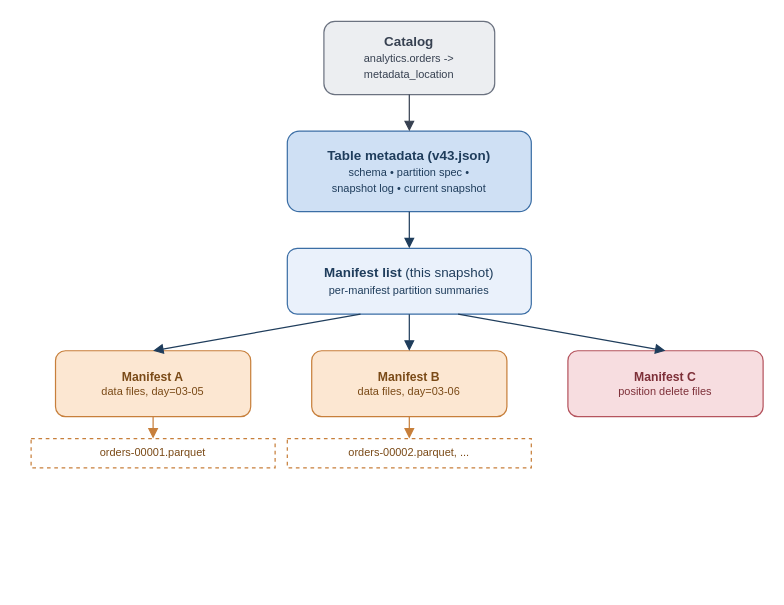
The draw.io diagram book/figures/iceberg-metadata-tree.drawio in AlanPhan04/spark-101-to-pro, before the edit. Source tidied: cells renumbered, new cells numbered last; positions are measured from the earlier drawing's top-left corner, leaving out a move shared by most shapes. Both pictures are drawn from the tidied source at 122%, with x=0, y=0 at pixel (30, 21).
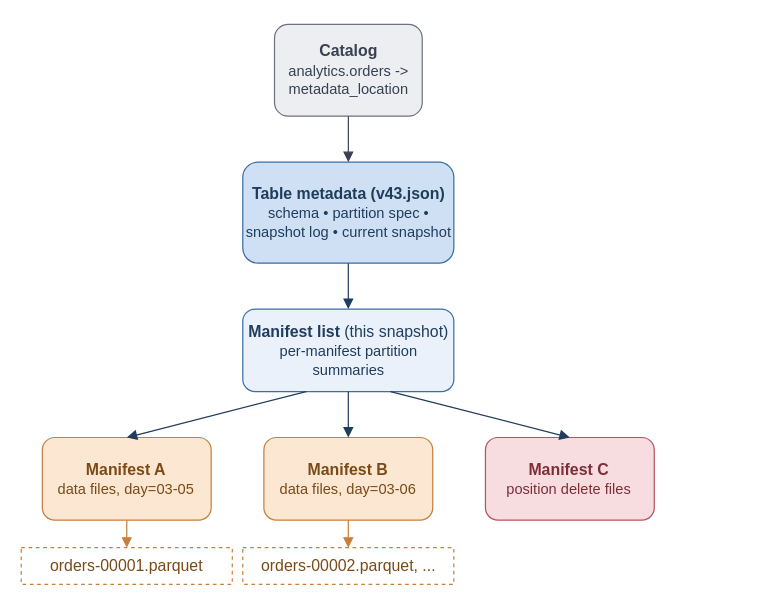
Above is the later version.

What changed in the source:
```diff
@@
 <mxGraphModel>
   <root>
     <mxCell id="0" />
     <mxCell id="1" parent="0" />
-    <mxCell id="2" value="&lt;b&gt;Catalog&lt;/b&gt;&lt;br&gt;&lt;span style=&quot;font-size:9px&quot;&gt;analytics.orders -&amp;gt;&lt;br&gt;metadata_location&lt;/span&gt;" style="rounded=1;whiteSpace=wrap;html=1;fillColor=#eceef1;strokeColor=#6b7280;fontSize=11;fontColor=#374151;" parent="1" vertex="1">
-      <mxGeometry x="240" width="140" height="60" as="geometry" />
+    <mxCell id="2" value="&lt;b&gt;Catalog&lt;/b&gt;&lt;br&gt;&lt;span style=&quot;font-size:12px&quot;&gt;analytics.orders -&amp;gt;&lt;br&gt;metadata_location&lt;/span&gt;" style="rounded=1;whiteSpace=wrap;html=1;fillColor=#eceef1;strokeColor=#6b7280;fontSize=13;fontColor=#374151;" parent="1" vertex="1">
+      <mxGeometry x="199.5" y="2.5" width="121.1" height="75.2" as="geometry" />
     </mxCell>
-    <mxCell id="3" value="&lt;b&gt;Table metadata (v43.json)&lt;/b&gt;&lt;br&gt;&lt;span style=&quot;font-size:9px&quot;&gt;schema &amp;#8226; partition spec &amp;#8226;&lt;br&gt;snapshot log &amp;#8226; current snapshot&lt;/span&gt;" style="rounded=1;whiteSpace=wrap;html=1;fillColor=#cfe0f4;strokeColor=#3b6ea5;fontSize=11;fontColor=#1f3d5c;" parent="1" vertex="1">
-      <mxGeometry x="210" y="90" width="200" height="66" as="geometry" />
+    <mxCell id="3" value="&lt;b&gt;Table metadata (v43.json)&lt;/b&gt;&lt;br&gt;&lt;span style=&quot;font-size:12px&quot;&gt;schema &amp;#8226; partition spec &amp;#8226;&lt;br&gt;snapshot log &amp;#8226; current snapshot&lt;/span&gt;" style="rounded=1;whiteSpace=wrap;html=1;fillColor=#cfe0f4;strokeColor=#3b6ea5;fontSize=13;fontColor=#1f3d5c;" parent="1" vertex="1">
+      <mxGeometry x="173.5" y="115.4" width="173" height="82.8" as="geometry" />
     </mxCell>
-    <mxCell id="4" value="&lt;b&gt;Manifest list&lt;/b&gt; (this snapshot)&lt;br&gt;&lt;span style=&quot;font-size:9px&quot;&gt;per-manifest partition summaries&lt;/span&gt;" style="rounded=1;whiteSpace=wrap;html=1;fillColor=#eaf1fb;strokeColor=#3b6ea5;fontSize=11;fontColor=#1f3d5c;" parent="1" vertex="1">
-      <mxGeometry x="210" y="186" width="200" height="54" as="geometry" />
+    <mxCell id="4" value="&lt;b&gt;Manifest list&lt;/b&gt; (this snapshot)&lt;br&gt;&lt;span style=&quot;font-size:12px&quot;&gt;per-manifest partition summaries&lt;/span&gt;" style="rounded=1;whiteSpace=wrap;html=1;fillColor=#eaf1fb;strokeColor=#3b6ea5;fontSize=13;fontColor=#1f3d5c;" parent="1" vertex="1">
+      <mxGeometry x="173.5" y="235.8" width="173" height="67.7" as="geometry" />
     </mxCell>
-    <mxCell id="5" value="&lt;b&gt;Manifest A&lt;/b&gt;&lt;br&gt;&lt;span style=&quot;font-size:9px&quot;&gt;data files, day=03-05&lt;/span&gt;" style="rounded=1;whiteSpace=wrap;html=1;fillColor=#fce7d2;strokeColor=#c77f3b;fontSize=10;fontColor=#7a4a17;" parent="1" vertex="1">
-      <mxGeometry x="20" y="270" width="160" height="54" as="geometry" />
+    <mxCell id="5" value="&lt;b&gt;Manifest A&lt;/b&gt;&lt;br&gt;&lt;span style=&quot;font-size:12px&quot;&gt;data files, day=03-05&lt;/span&gt;" style="rounded=1;whiteSpace=wrap;html=1;fillColor=#fce7d2;strokeColor=#c77f3b;fontSize=13;fontColor=#7a4a17;" parent="1" vertex="1">
+      <mxGeometry x="9.2" y="341.1" width="138.4" height="67.7" as="geometry" />
     </mxCell>
-    <mxCell id="6" value="&lt;b&gt;Manifest B&lt;/b&gt;&lt;br&gt;&lt;span style=&quot;font-size:9px&quot;&gt;data files, day=03-06&lt;/span&gt;" style="rounded=1;whiteSpace=wrap;html=1;fillColor=#fce7d2;strokeColor=#c77f3b;fontSize=10;fontColor=#7a4a17;" parent="1" vertex="1">
-      <mxGeometry x="230" y="270" width="160" height="54" as="geometry" />
+    <mxCell id="6" value="&lt;b&gt;Manifest B&lt;/b&gt;&lt;br&gt;&lt;span style=&quot;font-size:12px&quot;&gt;data files, day=03-06&lt;/span&gt;" style="rounded=1;whiteSpace=wrap;html=1;fillColor=#fce7d2;strokeColor=#c77f3b;fontSize=13;fontColor=#7a4a17;" parent="1" vertex="1">
+      <mxGeometry x="190.8" y="341.1" width="138.4" height="67.7" as="geometry" />
     </mxCell>
-    <mxCell id="7" value="&lt;b&gt;Manifest C&lt;/b&gt;&lt;br&gt;&lt;span style=&quot;font-size:9px&quot;&gt;position delete files&lt;/span&gt;" style="rounded=1;whiteSpace=wrap;html=1;fillColor=#f7dde0;strokeColor=#b5545e;fontSize=10;fontColor=#7d2f38;" parent="1" vertex="1">
-      <mxGeometry x="440" y="270" width="160" height="54" as="geometry" />
+    <mxCell id="7" value="&lt;b&gt;Manifest C&lt;/b&gt;&lt;br&gt;&lt;span style=&quot;font-size:12px&quot;&gt;position delete files&lt;/span&gt;" style="rounded=1;whiteSpace=wrap;html=1;fillColor=#f7dde0;strokeColor=#b5545e;fontSize=13;fontColor=#7d2f38;" parent="1" vertex="1">
+      <mxGeometry x="372.4" y="341.1" width="138.4" height="67.7" as="geometry" />
     </mxCell>
-    <mxCell id="8" value="orders-00001.parquet" style="rounded=0;whiteSpace=wrap;html=1;fillColor=#ffffff;strokeColor=#c77f3b;fontSize=9;fontColor=#7a4a17;dashed=1;" parent="1" vertex="1">
-      <mxGeometry y="342" width="200" height="24" as="geometry" />
+    <mxCell id="8" value="orders-00001.parquet" style="rounded=0;whiteSpace=wrap;html=1;fillColor=#ffffff;strokeColor=#c77f3b;fontSize=13;fontColor=#7a4a17;dashed=1;" parent="1" vertex="1">
+      <mxGeometry x="-8.1" y="431.4" width="173" height="30.1" as="geometry" />
     </mxCell>
-    <mxCell id="9" value="orders-00002.parquet, ..." style="rounded=0;whiteSpace=wrap;html=1;fillColor=#ffffff;strokeColor=#c77f3b;fontSize=9;fontColor=#7a4a17;dashed=1;" parent="1" vertex="1">
-      <mxGeometry x="210" y="342" width="200" height="24" as="geometry" />
+    <mxCell id="9" value="orders-00002.parquet, ..." style="rounded=0;whiteSpace=wrap;html=1;fillColor=#ffffff;strokeColor=#c77f3b;fontSize=13;fontColor=#7a4a17;dashed=1;" parent="1" vertex="1">
+      <mxGeometry x="173.5" y="431.4" width="173" height="30.1" as="geometry" />
     </mxCell>
     <mxCell id="10" style="edges=1;html=1;endArrow=block;strokeColor=#374151;" parent="1" edge="1" source="2" target="3">
       <mxGeometry relative="1" as="geometry" />
     </mxCell>
     <mxCell id="11" style="edges=1;html=1;endArrow=block;strokeColor=#1f3d5c;" parent="1" edge="1" source="3" target="4">
       <mxGeometry relative="1" as="geometry" />
     </mxCell>
     <mxCell id="12" style="edges=1;html=1;endArrow=block;strokeColor=#1f3d5c;exitX=0.3;exitY=1;entryX=0.5;entryY=0;" parent="1" edge="1" source="4" target="5">
       <mxGeometry relative="1" as="geometry" />
     </mxCell>
     <mxCell id="13" style="edges=1;html=1;endArrow=block;strokeColor=#1f3d5c;exitX=0.5;exitY=1;entryX=0.5;entryY=0;" parent="1" edge="1" source="4" target="6">
       <mxGeometry relative="1" as="geometry" />
     </mxCell>
     <mxCell id="14" style="edges=1;html=1;endArrow=block;strokeColor=#1f3d5c;exitX=0.7;exitY=1;entryX=0.5;entryY=0;" parent="1" edge="1" source="4" target="7">
       <mxGeometry relative="1" as="geometry" />
     </mxCell>
     <mxCell id="15" style="edges=1;html=1;endArrow=block;strokeColor=#c77f3b;" parent="1" edge="1" source="5" target="8">
       <mxGeometry relative="1" as="geometry" />
     </mxCell>
     <mxCell id="16" style="edges=1;html=1;endArrow=block;strokeColor=#c77f3b;" parent="1" edge="1" source="6" target="9">
       <mxGeometry relative="1" as="geometry" />
     </mxCell>
   </root>
 </mxGraphModel>
```
